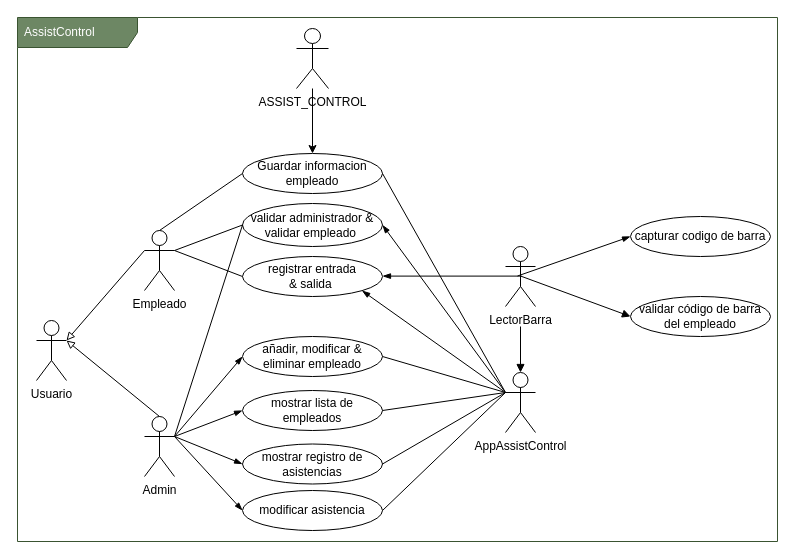
Above: Grupo5_AssistControl/design/UC.drawio in EdisonV5329/Grupo5_CodeMasters (draw.io), before the change. Source tidied: cells renumbered, new cells numbered last; positions are measured from the earlier drawing's top-left corner, leaving out a move shared by most shapes. Both pictures are drawn from the tidied source at 100%, with x=0, y=0 at pixel (17, 17).
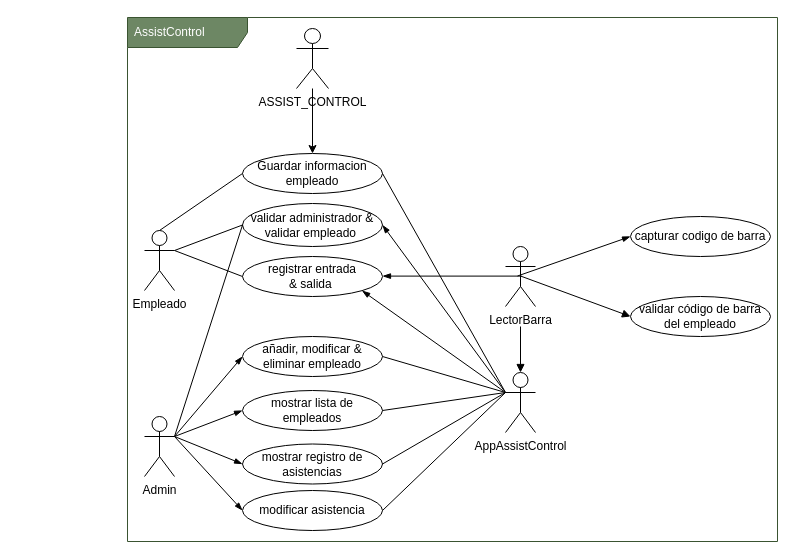
The same page after the edit.

Unchanged cells that the change refers to:
```xml
<mxCell id="4" value="&lt;font color=&quot;#000000&quot;&gt;Empleado&lt;/font&gt;" style="shape=umlActor;verticalLabelPosition=bottom;verticalAlign=top;html=1;strokeColor=#000000;fillColor=none;" parent="1" vertex="1">
  <mxGeometry x="127" y="213" width="30" height="60" as="geometry" />
</mxCell>
<mxCell id="5" value="&lt;font color=&quot;#000000&quot;&gt;Admin&lt;/font&gt;" style="shape=umlActor;verticalLabelPosition=bottom;verticalAlign=top;html=1;strokeColor=#000000;fillColor=none;" parent="1" vertex="1">
  <mxGeometry x="127" y="399" width="30" height="60" as="geometry" />
</mxCell>
```

Change to the diagram source:
```diff
@@
     <mxCell id="2" value="AssistControl" style="shape=umlFrame;whiteSpace=wrap;html=1;width=120;height=30;boundedLbl=1;verticalAlign=middle;align=left;spacingLeft=5;strokeColor=#3A5431;fontColor=#ffffff;fillColor=#6d8764;" parent="1" vertex="1">
-      <mxGeometry width="760" height="524" as="geometry" />
+      <mxGeometry x="110" width="650" height="524" as="geometry" />
     </mxCell>
@@
-    <mxCell id="6" style="html=1;verticalAlign=bottom;labelBackgroundColor=none;endArrow=block;endFill=0;strokeColor=#000000;fontColor=#000000;exitX=0.5;exitY=0;exitDx=0;exitDy=0;exitPerimeter=0;entryX=1;entryY=0.3333333333333333;entryDx=0;entryDy=0;entryPerimeter=0;" parent="1" edge="1" source="5" target="34">
-      <mxGeometry relative="1" as="geometry" />
-    </mxCell>
@@
-    <mxCell id="34" value="&lt;font color=&quot;#000000&quot;&gt;Usuario&lt;/font&gt;" style="shape=umlActor;verticalLabelPosition=bottom;verticalAlign=top;html=1;strokeColor=#000000;fillColor=none;" parent="1" vertex="1">
-      <mxGeometry x="19" y="303" width="30" height="60" as="geometry" />
-    </mxCell>
-    <mxCell id="35" style="html=1;verticalAlign=bottom;labelBackgroundColor=none;endArrow=block;endFill=0;strokeColor=#000000;fontColor=#000000;exitX=0;exitY=0.3333333333333333;exitDx=0;exitDy=0;exitPerimeter=0;entryX=1;entryY=0.3333333333333333;entryDx=0;entryDy=0;entryPerimeter=0;" parent="1" edge="1" source="4" target="34">
-      <mxGeometry relative="1" as="geometry" />
-    </mxCell>
```
